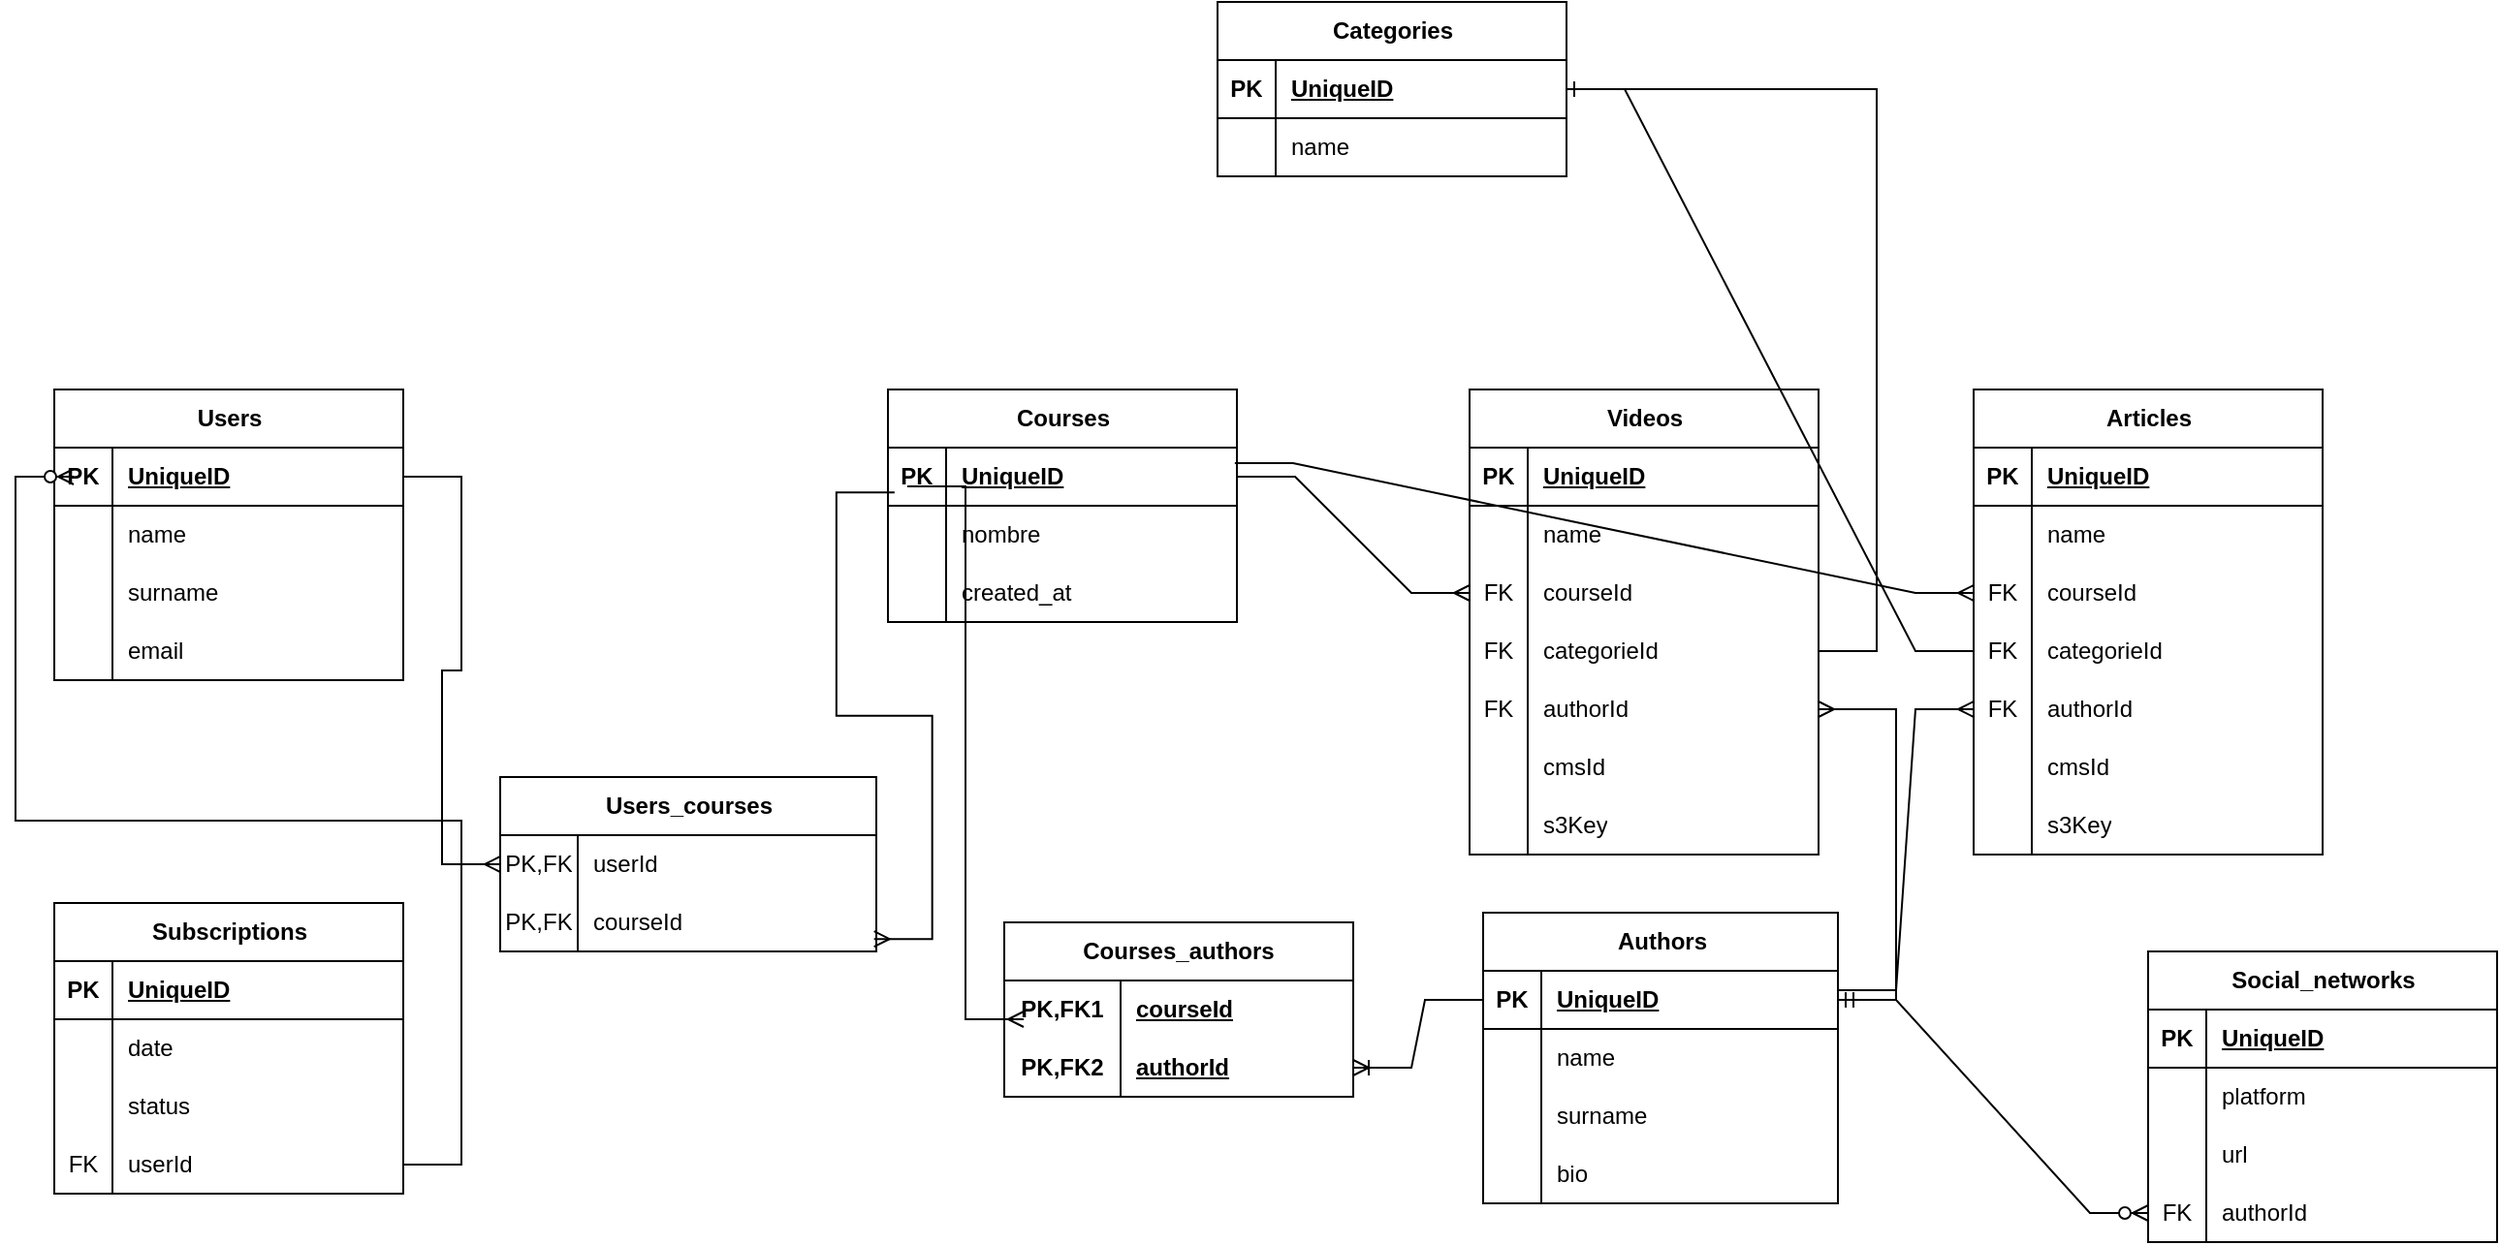
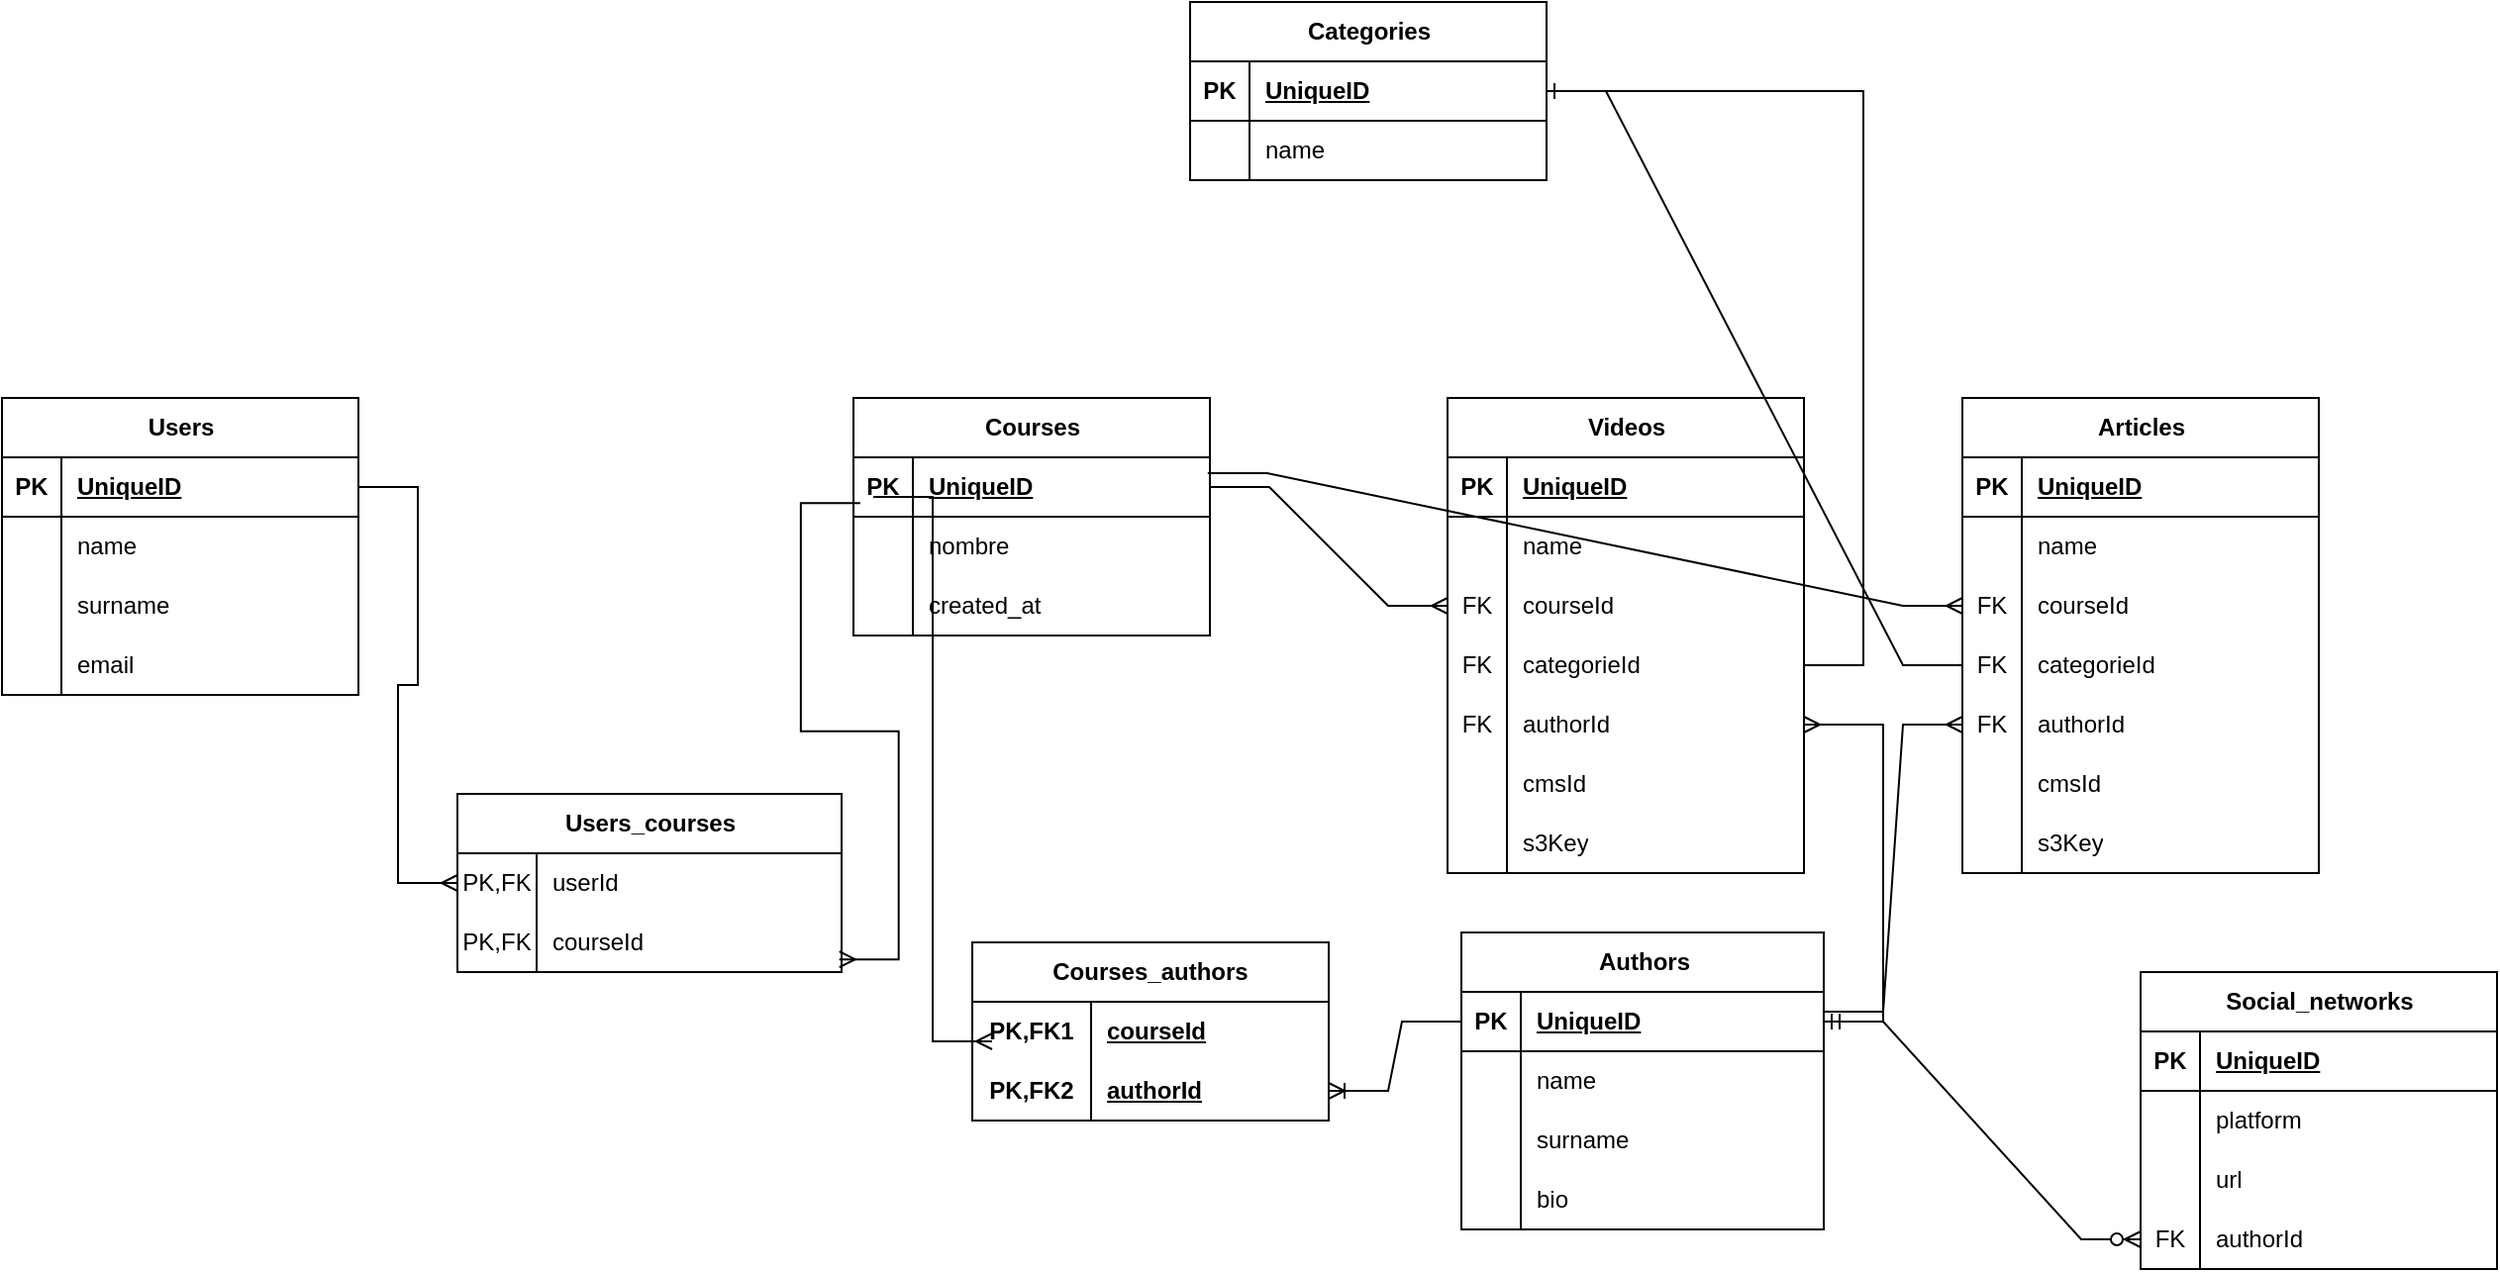
<mxfile host="app.diagrams.net">
  <diagram name="Página-1" id="7f4Vy_onTXZbN3c3XNuu">
    <mxGraphModel grid="1" page="1" gridSize="10" guides="1" tooltips="1" connect="1" arrows="1" fold="1" pageScale="1" pageWidth="827" pageHeight="1169" math="0" shadow="0">
      <root>
        <mxCell id="0" />
        <mxCell id="1" parent="0" />
        <mxCell id="U5Qt--WTNPpsnNetS38m-35" parent="1" style="shape=table;startSize=30;container=1;collapsible=1;childLayout=tableLayout;fixedRows=1;rowLines=0;fontStyle=1;align=center;resizeLast=1;html=1;" value="Users" vertex="1">
          <mxGeometry height="150" width="180" x="240" y="540" as="geometry" />
        </mxCell>
        <mxCell id="U5Qt--WTNPpsnNetS38m-36" parent="U5Qt--WTNPpsnNetS38m-35" style="shape=tableRow;horizontal=0;startSize=0;swimlaneHead=0;swimlaneBody=0;fillColor=none;collapsible=0;dropTarget=0;points=[[0,0.5],[1,0.5]];portConstraint=eastwest;top=0;left=0;right=0;bottom=1;" value="" vertex="1">
          <mxGeometry height="30" width="180" y="30" as="geometry" />
        </mxCell>
        <mxCell id="U5Qt--WTNPpsnNetS38m-37" parent="U5Qt--WTNPpsnNetS38m-36" style="shape=partialRectangle;connectable=0;fillColor=none;top=0;left=0;bottom=0;right=0;fontStyle=1;overflow=hidden;whiteSpace=wrap;html=1;" value="PK" vertex="1">
          <mxGeometry height="30" width="30" as="geometry">
            <mxRectangle height="30" width="30" as="alternateBounds" />
          </mxGeometry>
        </mxCell>
        <mxCell id="U5Qt--WTNPpsnNetS38m-38" parent="U5Qt--WTNPpsnNetS38m-36" style="shape=partialRectangle;connectable=0;fillColor=none;top=0;left=0;bottom=0;right=0;align=left;spacingLeft=6;fontStyle=5;overflow=hidden;whiteSpace=wrap;html=1;" value="UniqueID" vertex="1">
          <mxGeometry height="30" width="150" x="30" as="geometry">
            <mxRectangle height="30" width="150" as="alternateBounds" />
          </mxGeometry>
        </mxCell>
        <mxCell id="U5Qt--WTNPpsnNetS38m-39" parent="U5Qt--WTNPpsnNetS38m-35" style="shape=tableRow;horizontal=0;startSize=0;swimlaneHead=0;swimlaneBody=0;fillColor=none;collapsible=0;dropTarget=0;points=[[0,0.5],[1,0.5]];portConstraint=eastwest;top=0;left=0;right=0;bottom=0;" value="" vertex="1">
          <mxGeometry height="30" width="180" y="60" as="geometry" />
        </mxCell>
        <mxCell id="U5Qt--WTNPpsnNetS38m-40" parent="U5Qt--WTNPpsnNetS38m-39" style="shape=partialRectangle;connectable=0;fillColor=none;top=0;left=0;bottom=0;right=0;editable=1;overflow=hidden;whiteSpace=wrap;html=1;" value="" vertex="1">
          <mxGeometry height="30" width="30" as="geometry">
            <mxRectangle height="30" width="30" as="alternateBounds" />
          </mxGeometry>
        </mxCell>
        <mxCell id="U5Qt--WTNPpsnNetS38m-41" parent="U5Qt--WTNPpsnNetS38m-39" style="shape=partialRectangle;connectable=0;fillColor=none;top=0;left=0;bottom=0;right=0;align=left;spacingLeft=6;overflow=hidden;whiteSpace=wrap;html=1;" value="name" vertex="1">
          <mxGeometry height="30" width="150" x="30" as="geometry">
            <mxRectangle height="30" width="150" as="alternateBounds" />
          </mxGeometry>
        </mxCell>
        <mxCell id="U5Qt--WTNPpsnNetS38m-42" parent="U5Qt--WTNPpsnNetS38m-35" style="shape=tableRow;horizontal=0;startSize=0;swimlaneHead=0;swimlaneBody=0;fillColor=none;collapsible=0;dropTarget=0;points=[[0,0.5],[1,0.5]];portConstraint=eastwest;top=0;left=0;right=0;bottom=0;" value="" vertex="1">
          <mxGeometry height="30" width="180" y="90" as="geometry" />
        </mxCell>
        <mxCell id="U5Qt--WTNPpsnNetS38m-43" parent="U5Qt--WTNPpsnNetS38m-42" style="shape=partialRectangle;connectable=0;fillColor=none;top=0;left=0;bottom=0;right=0;editable=1;overflow=hidden;whiteSpace=wrap;html=1;" value="" vertex="1">
          <mxGeometry height="30" width="30" as="geometry">
            <mxRectangle height="30" width="30" as="alternateBounds" />
          </mxGeometry>
        </mxCell>
        <mxCell id="U5Qt--WTNPpsnNetS38m-44" parent="U5Qt--WTNPpsnNetS38m-42" style="shape=partialRectangle;connectable=0;fillColor=none;top=0;left=0;bottom=0;right=0;align=left;spacingLeft=6;overflow=hidden;whiteSpace=wrap;html=1;" value="surname" vertex="1">
          <mxGeometry height="30" width="150" x="30" as="geometry">
            <mxRectangle height="30" width="150" as="alternateBounds" />
          </mxGeometry>
        </mxCell>
        <mxCell id="U5Qt--WTNPpsnNetS38m-45" parent="U5Qt--WTNPpsnNetS38m-35" style="shape=tableRow;horizontal=0;startSize=0;swimlaneHead=0;swimlaneBody=0;fillColor=none;collapsible=0;dropTarget=0;points=[[0,0.5],[1,0.5]];portConstraint=eastwest;top=0;left=0;right=0;bottom=0;" value="" vertex="1">
          <mxGeometry height="30" width="180" y="120" as="geometry" />
        </mxCell>
        <mxCell id="U5Qt--WTNPpsnNetS38m-46" parent="U5Qt--WTNPpsnNetS38m-45" style="shape=partialRectangle;connectable=0;fillColor=none;top=0;left=0;bottom=0;right=0;editable=1;overflow=hidden;whiteSpace=wrap;html=1;" value="" vertex="1">
          <mxGeometry height="30" width="30" as="geometry">
            <mxRectangle height="30" width="30" as="alternateBounds" />
          </mxGeometry>
        </mxCell>
        <mxCell id="U5Qt--WTNPpsnNetS38m-47" parent="U5Qt--WTNPpsnNetS38m-45" style="shape=partialRectangle;connectable=0;fillColor=none;top=0;left=0;bottom=0;right=0;align=left;spacingLeft=6;overflow=hidden;whiteSpace=wrap;html=1;" value="email" vertex="1">
          <mxGeometry height="30" width="150" x="30" as="geometry">
            <mxRectangle height="30" width="150" as="alternateBounds" />
          </mxGeometry>
        </mxCell>
        <mxCell id="U5Qt--WTNPpsnNetS38m-51" parent="1" style="shape=table;startSize=30;container=1;collapsible=1;childLayout=tableLayout;fixedRows=1;rowLines=0;fontStyle=1;align=center;resizeLast=1;html=1;" value="Courses" vertex="1">
          <mxGeometry height="120" width="180" x="670" y="540" as="geometry" />
        </mxCell>
        <mxCell id="U5Qt--WTNPpsnNetS38m-52" parent="U5Qt--WTNPpsnNetS38m-51" style="shape=tableRow;horizontal=0;startSize=0;swimlaneHead=0;swimlaneBody=0;fillColor=none;collapsible=0;dropTarget=0;points=[[0,0.5],[1,0.5]];portConstraint=eastwest;top=0;left=0;right=0;bottom=1;" value="" vertex="1">
          <mxGeometry height="30" width="180" y="30" as="geometry" />
        </mxCell>
        <mxCell id="U5Qt--WTNPpsnNetS38m-53" parent="U5Qt--WTNPpsnNetS38m-52" style="shape=partialRectangle;connectable=0;fillColor=none;top=0;left=0;bottom=0;right=0;fontStyle=1;overflow=hidden;whiteSpace=wrap;html=1;" value="PK" vertex="1">
          <mxGeometry height="30" width="30" as="geometry">
            <mxRectangle height="30" width="30" as="alternateBounds" />
          </mxGeometry>
        </mxCell>
        <mxCell id="U5Qt--WTNPpsnNetS38m-54" parent="U5Qt--WTNPpsnNetS38m-52" style="shape=partialRectangle;connectable=0;fillColor=none;top=0;left=0;bottom=0;right=0;align=left;spacingLeft=6;fontStyle=5;overflow=hidden;whiteSpace=wrap;html=1;" value="UniqueID" vertex="1">
          <mxGeometry height="30" width="150" x="30" as="geometry">
            <mxRectangle height="30" width="150" as="alternateBounds" />
          </mxGeometry>
        </mxCell>
        <mxCell id="U5Qt--WTNPpsnNetS38m-55" parent="U5Qt--WTNPpsnNetS38m-51" style="shape=tableRow;horizontal=0;startSize=0;swimlaneHead=0;swimlaneBody=0;fillColor=none;collapsible=0;dropTarget=0;points=[[0,0.5],[1,0.5]];portConstraint=eastwest;top=0;left=0;right=0;bottom=0;" value="" vertex="1">
          <mxGeometry height="30" width="180" y="60" as="geometry" />
        </mxCell>
        <mxCell id="U5Qt--WTNPpsnNetS38m-56" parent="U5Qt--WTNPpsnNetS38m-55" style="shape=partialRectangle;connectable=0;fillColor=none;top=0;left=0;bottom=0;right=0;editable=1;overflow=hidden;whiteSpace=wrap;html=1;" value="" vertex="1">
          <mxGeometry height="30" width="30" as="geometry">
            <mxRectangle height="30" width="30" as="alternateBounds" />
          </mxGeometry>
        </mxCell>
        <mxCell id="U5Qt--WTNPpsnNetS38m-57" parent="U5Qt--WTNPpsnNetS38m-55" style="shape=partialRectangle;connectable=0;fillColor=none;top=0;left=0;bottom=0;right=0;align=left;spacingLeft=6;overflow=hidden;whiteSpace=wrap;html=1;" value="nombre" vertex="1">
          <mxGeometry height="30" width="150" x="30" as="geometry">
            <mxRectangle height="30" width="150" as="alternateBounds" />
          </mxGeometry>
        </mxCell>
        <mxCell id="b2AGbYDjG4YF9pKWFQPY-1" parent="U5Qt--WTNPpsnNetS38m-51" style="shape=tableRow;horizontal=0;startSize=0;swimlaneHead=0;swimlaneBody=0;fillColor=none;collapsible=0;dropTarget=0;points=[[0,0.5],[1,0.5]];portConstraint=eastwest;top=0;left=0;right=0;bottom=0;" value="" vertex="1">
          <mxGeometry height="30" width="180" y="90" as="geometry" />
        </mxCell>
        <mxCell id="b2AGbYDjG4YF9pKWFQPY-2" parent="b2AGbYDjG4YF9pKWFQPY-1" style="shape=partialRectangle;connectable=0;fillColor=none;top=0;left=0;bottom=0;right=0;editable=1;overflow=hidden;whiteSpace=wrap;html=1;" value="" vertex="1">
          <mxGeometry height="30" width="30" as="geometry">
            <mxRectangle height="30" width="30" as="alternateBounds" />
          </mxGeometry>
        </mxCell>
        <mxCell id="b2AGbYDjG4YF9pKWFQPY-3" parent="b2AGbYDjG4YF9pKWFQPY-1" style="shape=partialRectangle;connectable=0;fillColor=none;top=0;left=0;bottom=0;right=0;align=left;spacingLeft=6;overflow=hidden;whiteSpace=wrap;html=1;" value="created_at" vertex="1">
          <mxGeometry height="30" width="150" x="30" as="geometry">
            <mxRectangle height="30" width="150" as="alternateBounds" />
          </mxGeometry>
        </mxCell>
        <mxCell id="U5Qt--WTNPpsnNetS38m-64" parent="1" style="shape=table;startSize=30;container=1;collapsible=1;childLayout=tableLayout;fixedRows=1;rowLines=0;fontStyle=1;align=center;resizeLast=1;html=1;" value="Users_courses" vertex="1">
          <mxGeometry height="90" width="194" x="470" y="740" as="geometry" />
        </mxCell>
        <mxCell id="U5Qt--WTNPpsnNetS38m-65" parent="U5Qt--WTNPpsnNetS38m-64" style="shape=tableRow;horizontal=0;startSize=0;swimlaneHead=0;swimlaneBody=0;fillColor=none;collapsible=0;dropTarget=0;points=[[0,0.5],[1,0.5]];portConstraint=eastwest;top=0;left=0;right=0;bottom=0;" value="" vertex="1">
          <mxGeometry height="30" width="194" y="30" as="geometry" />
        </mxCell>
        <mxCell id="U5Qt--WTNPpsnNetS38m-66" parent="U5Qt--WTNPpsnNetS38m-65" style="shape=partialRectangle;connectable=0;fillColor=none;top=0;left=0;bottom=0;right=0;editable=1;overflow=hidden;whiteSpace=wrap;html=1;" value="PK,FK" vertex="1">
          <mxGeometry height="30" width="40" as="geometry">
            <mxRectangle height="30" width="40" as="alternateBounds" />
          </mxGeometry>
        </mxCell>
        <mxCell id="U5Qt--WTNPpsnNetS38m-67" parent="U5Qt--WTNPpsnNetS38m-65" style="shape=partialRectangle;connectable=0;fillColor=none;top=0;left=0;bottom=0;right=0;align=left;spacingLeft=6;overflow=hidden;whiteSpace=wrap;html=1;" value="userId" vertex="1">
          <mxGeometry height="30" width="154" x="40" as="geometry">
            <mxRectangle height="30" width="154" as="alternateBounds" />
          </mxGeometry>
        </mxCell>
        <mxCell id="U5Qt--WTNPpsnNetS38m-68" parent="U5Qt--WTNPpsnNetS38m-64" style="shape=tableRow;horizontal=0;startSize=0;swimlaneHead=0;swimlaneBody=0;fillColor=none;collapsible=0;dropTarget=0;points=[[0,0.5],[1,0.5]];portConstraint=eastwest;top=0;left=0;right=0;bottom=0;" value="" vertex="1">
          <mxGeometry height="30" width="194" y="60" as="geometry" />
        </mxCell>
        <mxCell id="U5Qt--WTNPpsnNetS38m-69" parent="U5Qt--WTNPpsnNetS38m-68" style="shape=partialRectangle;connectable=0;fillColor=none;top=0;left=0;bottom=0;right=0;editable=1;overflow=hidden;whiteSpace=wrap;html=1;" value="PK,FK" vertex="1">
          <mxGeometry height="30" width="40" as="geometry">
            <mxRectangle height="30" width="40" as="alternateBounds" />
          </mxGeometry>
        </mxCell>
        <mxCell id="U5Qt--WTNPpsnNetS38m-70" parent="U5Qt--WTNPpsnNetS38m-68" style="shape=partialRectangle;connectable=0;fillColor=none;top=0;left=0;bottom=0;right=0;align=left;spacingLeft=6;overflow=hidden;whiteSpace=wrap;html=1;" value="courseId" vertex="1">
          <mxGeometry height="30" width="154" x="40" as="geometry">
            <mxRectangle height="30" width="154" as="alternateBounds" />
          </mxGeometry>
        </mxCell>
-         <mxCell id="U5Qt--WTNPpsnNetS38m-77" parent="1" style="shape=table;startSize=30;container=1;collapsible=1;childLayout=tableLayout;fixedRows=1;rowLines=0;fontStyle=1;align=center;resizeLast=1;html=1;" value="Subscriptions" vertex="1">
-           <mxGeometry height="150" width="180" x="240" y="805" as="geometry" />
-         </mxCell>
-         <mxCell id="U5Qt--WTNPpsnNetS38m-78" parent="U5Qt--WTNPpsnNetS38m-77" style="shape=tableRow;horizontal=0;startSize=0;swimlaneHead=0;swimlaneBody=0;fillColor=none;collapsible=0;dropTarget=0;points=[[0,0.5],[1,0.5]];portConstraint=eastwest;top=0;left=0;right=0;bottom=1;" value="" vertex="1">
-           <mxGeometry height="30" width="180" y="30" as="geometry" />
-         </mxCell>
-         <mxCell id="U5Qt--WTNPpsnNetS38m-79" parent="U5Qt--WTNPpsnNetS38m-78" style="shape=partialRectangle;connectable=0;fillColor=none;top=0;left=0;bottom=0;right=0;fontStyle=1;overflow=hidden;whiteSpace=wrap;html=1;" value="PK" vertex="1">
-           <mxGeometry height="30" width="30" as="geometry">
-             <mxRectangle height="30" width="30" as="alternateBounds" />
-           </mxGeometry>
-         </mxCell>
-         <mxCell id="U5Qt--WTNPpsnNetS38m-80" parent="U5Qt--WTNPpsnNetS38m-78" style="shape=partialRectangle;connectable=0;fillColor=none;top=0;left=0;bottom=0;right=0;align=left;spacingLeft=6;fontStyle=5;overflow=hidden;whiteSpace=wrap;html=1;" value="UniqueID" vertex="1">
-           <mxGeometry height="30" width="150" x="30" as="geometry">
-             <mxRectangle height="30" width="150" as="alternateBounds" />
-           </mxGeometry>
-         </mxCell>
-         <mxCell id="U5Qt--WTNPpsnNetS38m-81" parent="U5Qt--WTNPpsnNetS38m-77" style="shape=tableRow;horizontal=0;startSize=0;swimlaneHead=0;swimlaneBody=0;fillColor=none;collapsible=0;dropTarget=0;points=[[0,0.5],[1,0.5]];portConstraint=eastwest;top=0;left=0;right=0;bottom=0;" value="" vertex="1">
-           <mxGeometry height="30" width="180" y="60" as="geometry" />
-         </mxCell>
-         <mxCell id="U5Qt--WTNPpsnNetS38m-82" parent="U5Qt--WTNPpsnNetS38m-81" style="shape=partialRectangle;connectable=0;fillColor=none;top=0;left=0;bottom=0;right=0;editable=1;overflow=hidden;whiteSpace=wrap;html=1;" value="" vertex="1">
-           <mxGeometry height="30" width="30" as="geometry">
-             <mxRectangle height="30" width="30" as="alternateBounds" />
-           </mxGeometry>
-         </mxCell>
-         <mxCell id="U5Qt--WTNPpsnNetS38m-83" parent="U5Qt--WTNPpsnNetS38m-81" style="shape=partialRectangle;connectable=0;fillColor=none;top=0;left=0;bottom=0;right=0;align=left;spacingLeft=6;overflow=hidden;whiteSpace=wrap;html=1;" value="date" vertex="1">
-           <mxGeometry height="30" width="150" x="30" as="geometry">
-             <mxRectangle height="30" width="150" as="alternateBounds" />
-           </mxGeometry>
-         </mxCell>
-         <mxCell id="U5Qt--WTNPpsnNetS38m-84" parent="U5Qt--WTNPpsnNetS38m-77" style="shape=tableRow;horizontal=0;startSize=0;swimlaneHead=0;swimlaneBody=0;fillColor=none;collapsible=0;dropTarget=0;points=[[0,0.5],[1,0.5]];portConstraint=eastwest;top=0;left=0;right=0;bottom=0;" value="" vertex="1">
-           <mxGeometry height="30" width="180" y="90" as="geometry" />
-         </mxCell>
-         <mxCell id="U5Qt--WTNPpsnNetS38m-85" parent="U5Qt--WTNPpsnNetS38m-84" style="shape=partialRectangle;connectable=0;fillColor=none;top=0;left=0;bottom=0;right=0;editable=1;overflow=hidden;whiteSpace=wrap;html=1;" value="" vertex="1">
-           <mxGeometry height="30" width="30" as="geometry">
-             <mxRectangle height="30" width="30" as="alternateBounds" />
-           </mxGeometry>
-         </mxCell>
-         <mxCell id="U5Qt--WTNPpsnNetS38m-86" parent="U5Qt--WTNPpsnNetS38m-84" style="shape=partialRectangle;connectable=0;fillColor=none;top=0;left=0;bottom=0;right=0;align=left;spacingLeft=6;overflow=hidden;whiteSpace=wrap;html=1;" value="status" vertex="1">
-           <mxGeometry height="30" width="150" x="30" as="geometry">
-             <mxRectangle height="30" width="150" as="alternateBounds" />
-           </mxGeometry>
-         </mxCell>
-         <mxCell id="U5Qt--WTNPpsnNetS38m-87" parent="U5Qt--WTNPpsnNetS38m-77" style="shape=tableRow;horizontal=0;startSize=0;swimlaneHead=0;swimlaneBody=0;fillColor=none;collapsible=0;dropTarget=0;points=[[0,0.5],[1,0.5]];portConstraint=eastwest;top=0;left=0;right=0;bottom=0;" value="" vertex="1">
-           <mxGeometry height="30" width="180" y="120" as="geometry" />
-         </mxCell>
-         <mxCell id="U5Qt--WTNPpsnNetS38m-88" parent="U5Qt--WTNPpsnNetS38m-87" style="shape=partialRectangle;connectable=0;fillColor=none;top=0;left=0;bottom=0;right=0;editable=1;overflow=hidden;whiteSpace=wrap;html=1;" value="FK" vertex="1">
-           <mxGeometry height="30" width="30" as="geometry">
-             <mxRectangle height="30" width="30" as="alternateBounds" />
-           </mxGeometry>
-         </mxCell>
-         <mxCell id="U5Qt--WTNPpsnNetS38m-89" parent="U5Qt--WTNPpsnNetS38m-87" style="shape=partialRectangle;connectable=0;fillColor=none;top=0;left=0;bottom=0;right=0;align=left;spacingLeft=6;overflow=hidden;whiteSpace=wrap;html=1;" value="userId" vertex="1">
-           <mxGeometry height="30" width="150" x="30" as="geometry">
-             <mxRectangle height="30" width="150" as="alternateBounds" />
-           </mxGeometry>
-         </mxCell>
-         <mxCell id="U5Qt--WTNPpsnNetS38m-93" edge="1" parent="1" source="U5Qt--WTNPpsnNetS38m-87" style="edgeStyle=entityRelationEdgeStyle;fontSize=12;html=1;endArrow=ERzeroToMany;endFill=1;rounded=0;" value="">
-           <mxGeometry height="100" relative="1" width="100" as="geometry">
-             <mxPoint x="250" y="950" as="sourcePoint" />
-             <mxPoint x="250" y="585" as="targetPoint" />
-           </mxGeometry>
-         </mxCell>
        <mxCell id="U5Qt--WTNPpsnNetS38m-94" edge="1" parent="1" source="U5Qt--WTNPpsnNetS38m-36" style="edgeStyle=entityRelationEdgeStyle;fontSize=12;html=1;endArrow=ERmany;rounded=0;" target="U5Qt--WTNPpsnNetS38m-65" value="">
          <mxGeometry height="100" relative="1" width="100" as="geometry">
            <mxPoint x="450" y="820" as="sourcePoint" />
            <mxPoint x="550" y="720" as="targetPoint" />
          </mxGeometry>
        </mxCell>
        <mxCell id="U5Qt--WTNPpsnNetS38m-95" edge="1" parent="1" source="U5Qt--WTNPpsnNetS38m-52" style="edgeStyle=entityRelationEdgeStyle;fontSize=12;html=1;endArrow=ERmany;rounded=0;exitX=0.019;exitY=0.771;exitDx=0;exitDy=0;exitPerimeter=0;entryX=0.994;entryY=0.787;entryDx=0;entryDy=0;entryPerimeter=0;" target="U5Qt--WTNPpsnNetS38m-68" value="">
          <mxGeometry height="100" relative="1" width="100" as="geometry">
            <mxPoint x="700" y="760" as="sourcePoint" />
            <mxPoint x="800" y="660" as="targetPoint" />
          </mxGeometry>
        </mxCell>
        <mxCell id="U5Qt--WTNPpsnNetS38m-96" parent="1" style="shape=table;startSize=30;container=1;collapsible=1;childLayout=tableLayout;fixedRows=1;rowLines=0;fontStyle=1;align=center;resizeLast=1;html=1;" value="Categories" vertex="1">
          <mxGeometry height="90" width="180" x="840" y="340" as="geometry" />
        </mxCell>
        <mxCell id="U5Qt--WTNPpsnNetS38m-97" parent="U5Qt--WTNPpsnNetS38m-96" style="shape=tableRow;horizontal=0;startSize=0;swimlaneHead=0;swimlaneBody=0;fillColor=none;collapsible=0;dropTarget=0;points=[[0,0.5],[1,0.5]];portConstraint=eastwest;top=0;left=0;right=0;bottom=1;" value="" vertex="1">
          <mxGeometry height="30" width="180" y="30" as="geometry" />
        </mxCell>
        <mxCell id="U5Qt--WTNPpsnNetS38m-98" parent="U5Qt--WTNPpsnNetS38m-97" style="shape=partialRectangle;connectable=0;fillColor=none;top=0;left=0;bottom=0;right=0;fontStyle=1;overflow=hidden;whiteSpace=wrap;html=1;" value="PK" vertex="1">
          <mxGeometry height="30" width="30" as="geometry">
            <mxRectangle height="30" width="30" as="alternateBounds" />
          </mxGeometry>
        </mxCell>
        <mxCell id="U5Qt--WTNPpsnNetS38m-99" parent="U5Qt--WTNPpsnNetS38m-97" style="shape=partialRectangle;connectable=0;fillColor=none;top=0;left=0;bottom=0;right=0;align=left;spacingLeft=6;fontStyle=5;overflow=hidden;whiteSpace=wrap;html=1;" value="UniqueID" vertex="1">
          <mxGeometry height="30" width="150" x="30" as="geometry">
            <mxRectangle height="30" width="150" as="alternateBounds" />
          </mxGeometry>
        </mxCell>
        <mxCell id="U5Qt--WTNPpsnNetS38m-100" parent="U5Qt--WTNPpsnNetS38m-96" style="shape=tableRow;horizontal=0;startSize=0;swimlaneHead=0;swimlaneBody=0;fillColor=none;collapsible=0;dropTarget=0;points=[[0,0.5],[1,0.5]];portConstraint=eastwest;top=0;left=0;right=0;bottom=0;" value="" vertex="1">
          <mxGeometry height="30" width="180" y="60" as="geometry" />
        </mxCell>
        <mxCell id="U5Qt--WTNPpsnNetS38m-101" parent="U5Qt--WTNPpsnNetS38m-100" style="shape=partialRectangle;connectable=0;fillColor=none;top=0;left=0;bottom=0;right=0;editable=1;overflow=hidden;whiteSpace=wrap;html=1;" value="" vertex="1">
          <mxGeometry height="30" width="30" as="geometry">
            <mxRectangle height="30" width="30" as="alternateBounds" />
          </mxGeometry>
        </mxCell>
        <mxCell id="U5Qt--WTNPpsnNetS38m-102" parent="U5Qt--WTNPpsnNetS38m-100" style="shape=partialRectangle;connectable=0;fillColor=none;top=0;left=0;bottom=0;right=0;align=left;spacingLeft=6;overflow=hidden;whiteSpace=wrap;html=1;" value="name" vertex="1">
          <mxGeometry height="30" width="150" x="30" as="geometry">
            <mxRectangle height="30" width="150" as="alternateBounds" />
          </mxGeometry>
        </mxCell>
        <mxCell id="U5Qt--WTNPpsnNetS38m-109" parent="1" style="shape=table;startSize=30;container=1;collapsible=1;childLayout=tableLayout;fixedRows=1;rowLines=0;fontStyle=1;align=center;resizeLast=1;html=1;" value="Videos" vertex="1">
          <mxGeometry height="240" width="180" x="970" y="540" as="geometry" />
        </mxCell>
        <mxCell id="U5Qt--WTNPpsnNetS38m-110" parent="U5Qt--WTNPpsnNetS38m-109" style="shape=tableRow;horizontal=0;startSize=0;swimlaneHead=0;swimlaneBody=0;fillColor=none;collapsible=0;dropTarget=0;points=[[0,0.5],[1,0.5]];portConstraint=eastwest;top=0;left=0;right=0;bottom=1;" value="" vertex="1">
          <mxGeometry height="30" width="180" y="30" as="geometry" />
        </mxCell>
        <mxCell id="U5Qt--WTNPpsnNetS38m-111" parent="U5Qt--WTNPpsnNetS38m-110" style="shape=partialRectangle;connectable=0;fillColor=none;top=0;left=0;bottom=0;right=0;fontStyle=1;overflow=hidden;whiteSpace=wrap;html=1;" value="PK" vertex="1">
          <mxGeometry height="30" width="30" as="geometry">
            <mxRectangle height="30" width="30" as="alternateBounds" />
          </mxGeometry>
        </mxCell>
        <mxCell id="U5Qt--WTNPpsnNetS38m-112" parent="U5Qt--WTNPpsnNetS38m-110" style="shape=partialRectangle;connectable=0;fillColor=none;top=0;left=0;bottom=0;right=0;align=left;spacingLeft=6;fontStyle=5;overflow=hidden;whiteSpace=wrap;html=1;" value="UniqueID" vertex="1">
          <mxGeometry height="30" width="150" x="30" as="geometry">
            <mxRectangle height="30" width="150" as="alternateBounds" />
          </mxGeometry>
        </mxCell>
        <mxCell id="U5Qt--WTNPpsnNetS38m-113" parent="U5Qt--WTNPpsnNetS38m-109" style="shape=tableRow;horizontal=0;startSize=0;swimlaneHead=0;swimlaneBody=0;fillColor=none;collapsible=0;dropTarget=0;points=[[0,0.5],[1,0.5]];portConstraint=eastwest;top=0;left=0;right=0;bottom=0;" value="" vertex="1">
          <mxGeometry height="30" width="180" y="60" as="geometry" />
        </mxCell>
        <mxCell id="U5Qt--WTNPpsnNetS38m-114" parent="U5Qt--WTNPpsnNetS38m-113" style="shape=partialRectangle;connectable=0;fillColor=none;top=0;left=0;bottom=0;right=0;editable=1;overflow=hidden;whiteSpace=wrap;html=1;" value="" vertex="1">
          <mxGeometry height="30" width="30" as="geometry">
            <mxRectangle height="30" width="30" as="alternateBounds" />
          </mxGeometry>
        </mxCell>
        <mxCell id="U5Qt--WTNPpsnNetS38m-115" parent="U5Qt--WTNPpsnNetS38m-113" style="shape=partialRectangle;connectable=0;fillColor=none;top=0;left=0;bottom=0;right=0;align=left;spacingLeft=6;overflow=hidden;whiteSpace=wrap;html=1;" value="name" vertex="1">
          <mxGeometry height="30" width="150" x="30" as="geometry">
            <mxRectangle height="30" width="150" as="alternateBounds" />
          </mxGeometry>
        </mxCell>
        <mxCell id="U5Qt--WTNPpsnNetS38m-119" parent="U5Qt--WTNPpsnNetS38m-109" style="shape=tableRow;horizontal=0;startSize=0;swimlaneHead=0;swimlaneBody=0;fillColor=none;collapsible=0;dropTarget=0;points=[[0,0.5],[1,0.5]];portConstraint=eastwest;top=0;left=0;right=0;bottom=0;" value="" vertex="1">
          <mxGeometry height="30" width="180" y="90" as="geometry" />
        </mxCell>
        <mxCell id="U5Qt--WTNPpsnNetS38m-120" parent="U5Qt--WTNPpsnNetS38m-119" style="shape=partialRectangle;connectable=0;fillColor=none;top=0;left=0;bottom=0;right=0;editable=1;overflow=hidden;whiteSpace=wrap;html=1;" value="FK" vertex="1">
          <mxGeometry height="30" width="30" as="geometry">
            <mxRectangle height="30" width="30" as="alternateBounds" />
          </mxGeometry>
        </mxCell>
        <mxCell id="U5Qt--WTNPpsnNetS38m-121" parent="U5Qt--WTNPpsnNetS38m-119" style="shape=partialRectangle;connectable=0;fillColor=none;top=0;left=0;bottom=0;right=0;align=left;spacingLeft=6;overflow=hidden;whiteSpace=wrap;html=1;" value="courseId" vertex="1">
          <mxGeometry height="30" width="150" x="30" as="geometry">
            <mxRectangle height="30" width="150" as="alternateBounds" />
          </mxGeometry>
        </mxCell>
        <mxCell id="U5Qt--WTNPpsnNetS38m-122" parent="U5Qt--WTNPpsnNetS38m-109" style="shape=tableRow;horizontal=0;startSize=0;swimlaneHead=0;swimlaneBody=0;fillColor=none;collapsible=0;dropTarget=0;points=[[0,0.5],[1,0.5]];portConstraint=eastwest;top=0;left=0;right=0;bottom=0;" value="" vertex="1">
          <mxGeometry height="30" width="180" y="120" as="geometry" />
        </mxCell>
        <mxCell id="U5Qt--WTNPpsnNetS38m-123" parent="U5Qt--WTNPpsnNetS38m-122" style="shape=partialRectangle;connectable=0;fillColor=none;top=0;left=0;bottom=0;right=0;editable=1;overflow=hidden;whiteSpace=wrap;html=1;" value="FK" vertex="1">
          <mxGeometry height="30" width="30" as="geometry">
            <mxRectangle height="30" width="30" as="alternateBounds" />
          </mxGeometry>
        </mxCell>
        <mxCell id="U5Qt--WTNPpsnNetS38m-124" parent="U5Qt--WTNPpsnNetS38m-122" style="shape=partialRectangle;connectable=0;fillColor=none;top=0;left=0;bottom=0;right=0;align=left;spacingLeft=6;overflow=hidden;whiteSpace=wrap;html=1;" value="categorieId" vertex="1">
          <mxGeometry height="30" width="150" x="30" as="geometry">
            <mxRectangle height="30" width="150" as="alternateBounds" />
          </mxGeometry>
        </mxCell>
        <mxCell id="U5Qt--WTNPpsnNetS38m-125" parent="U5Qt--WTNPpsnNetS38m-109" style="shape=tableRow;horizontal=0;startSize=0;swimlaneHead=0;swimlaneBody=0;fillColor=none;collapsible=0;dropTarget=0;points=[[0,0.5],[1,0.5]];portConstraint=eastwest;top=0;left=0;right=0;bottom=0;" value="" vertex="1">
          <mxGeometry height="30" width="180" y="150" as="geometry" />
        </mxCell>
        <mxCell id="U5Qt--WTNPpsnNetS38m-126" parent="U5Qt--WTNPpsnNetS38m-125" style="shape=partialRectangle;connectable=0;fillColor=none;top=0;left=0;bottom=0;right=0;editable=1;overflow=hidden;whiteSpace=wrap;html=1;" value="FK" vertex="1">
          <mxGeometry height="30" width="30" as="geometry">
            <mxRectangle height="30" width="30" as="alternateBounds" />
          </mxGeometry>
        </mxCell>
        <mxCell id="U5Qt--WTNPpsnNetS38m-127" parent="U5Qt--WTNPpsnNetS38m-125" style="shape=partialRectangle;connectable=0;fillColor=none;top=0;left=0;bottom=0;right=0;align=left;spacingLeft=6;overflow=hidden;whiteSpace=wrap;html=1;" value="authorId" vertex="1">
          <mxGeometry height="30" width="150" x="30" as="geometry">
            <mxRectangle height="30" width="150" as="alternateBounds" />
          </mxGeometry>
        </mxCell>
        <mxCell id="U5Qt--WTNPpsnNetS38m-128" parent="U5Qt--WTNPpsnNetS38m-109" style="shape=tableRow;horizontal=0;startSize=0;swimlaneHead=0;swimlaneBody=0;fillColor=none;collapsible=0;dropTarget=0;points=[[0,0.5],[1,0.5]];portConstraint=eastwest;top=0;left=0;right=0;bottom=0;" value="" vertex="1">
          <mxGeometry height="30" width="180" y="180" as="geometry" />
        </mxCell>
        <mxCell id="U5Qt--WTNPpsnNetS38m-129" parent="U5Qt--WTNPpsnNetS38m-128" style="shape=partialRectangle;connectable=0;fillColor=none;top=0;left=0;bottom=0;right=0;editable=1;overflow=hidden;whiteSpace=wrap;html=1;" value="" vertex="1">
          <mxGeometry height="30" width="30" as="geometry">
            <mxRectangle height="30" width="30" as="alternateBounds" />
          </mxGeometry>
        </mxCell>
        <mxCell id="U5Qt--WTNPpsnNetS38m-130" parent="U5Qt--WTNPpsnNetS38m-128" style="shape=partialRectangle;connectable=0;fillColor=none;top=0;left=0;bottom=0;right=0;align=left;spacingLeft=6;overflow=hidden;whiteSpace=wrap;html=1;" value="cmsId" vertex="1">
          <mxGeometry height="30" width="150" x="30" as="geometry">
            <mxRectangle height="30" width="150" as="alternateBounds" />
          </mxGeometry>
        </mxCell>
        <mxCell id="b2AGbYDjG4YF9pKWFQPY-7" parent="U5Qt--WTNPpsnNetS38m-109" style="shape=tableRow;horizontal=0;startSize=0;swimlaneHead=0;swimlaneBody=0;fillColor=none;collapsible=0;dropTarget=0;points=[[0,0.5],[1,0.5]];portConstraint=eastwest;top=0;left=0;right=0;bottom=0;" value="" vertex="1">
          <mxGeometry height="30" width="180" y="210" as="geometry" />
        </mxCell>
        <mxCell id="b2AGbYDjG4YF9pKWFQPY-8" parent="b2AGbYDjG4YF9pKWFQPY-7" style="shape=partialRectangle;connectable=0;fillColor=none;top=0;left=0;bottom=0;right=0;editable=1;overflow=hidden;whiteSpace=wrap;html=1;" value="" vertex="1">
          <mxGeometry height="30" width="30" as="geometry">
            <mxRectangle height="30" width="30" as="alternateBounds" />
          </mxGeometry>
        </mxCell>
        <mxCell id="b2AGbYDjG4YF9pKWFQPY-9" parent="b2AGbYDjG4YF9pKWFQPY-7" style="shape=partialRectangle;connectable=0;fillColor=none;top=0;left=0;bottom=0;right=0;align=left;spacingLeft=6;overflow=hidden;whiteSpace=wrap;html=1;" value="s3Key" vertex="1">
          <mxGeometry height="30" width="150" x="30" as="geometry">
            <mxRectangle height="30" width="150" as="alternateBounds" />
          </mxGeometry>
        </mxCell>
        <mxCell id="U5Qt--WTNPpsnNetS38m-131" edge="1" parent="1" source="U5Qt--WTNPpsnNetS38m-52" style="edgeStyle=entityRelationEdgeStyle;fontSize=12;html=1;endArrow=ERmany;rounded=0;entryX=0;entryY=0.5;entryDx=0;entryDy=0;" target="U5Qt--WTNPpsnNetS38m-119" value="">
          <mxGeometry height="100" relative="1" width="100" as="geometry">
            <mxPoint x="850" y="640" as="sourcePoint" />
            <mxPoint x="950" y="540" as="targetPoint" />
          </mxGeometry>
        </mxCell>
        <mxCell id="U5Qt--WTNPpsnNetS38m-132" parent="1" style="shape=table;startSize=30;container=1;collapsible=1;childLayout=tableLayout;fixedRows=1;rowLines=0;fontStyle=1;align=center;resizeLast=1;html=1;" value="Authors" vertex="1">
          <mxGeometry height="150" width="183" x="977" y="810" as="geometry" />
        </mxCell>
        <mxCell id="U5Qt--WTNPpsnNetS38m-133" parent="U5Qt--WTNPpsnNetS38m-132" style="shape=tableRow;horizontal=0;startSize=0;swimlaneHead=0;swimlaneBody=0;fillColor=none;collapsible=0;dropTarget=0;points=[[0,0.5],[1,0.5]];portConstraint=eastwest;top=0;left=0;right=0;bottom=1;" value="" vertex="1">
          <mxGeometry height="30" width="183" y="30" as="geometry" />
        </mxCell>
        <mxCell id="U5Qt--WTNPpsnNetS38m-134" parent="U5Qt--WTNPpsnNetS38m-133" style="shape=partialRectangle;connectable=0;fillColor=none;top=0;left=0;bottom=0;right=0;fontStyle=1;overflow=hidden;whiteSpace=wrap;html=1;" value="PK" vertex="1">
          <mxGeometry height="30" width="30" as="geometry">
            <mxRectangle height="30" width="30" as="alternateBounds" />
          </mxGeometry>
        </mxCell>
        <mxCell id="U5Qt--WTNPpsnNetS38m-135" parent="U5Qt--WTNPpsnNetS38m-133" style="shape=partialRectangle;connectable=0;fillColor=none;top=0;left=0;bottom=0;right=0;align=left;spacingLeft=6;fontStyle=5;overflow=hidden;whiteSpace=wrap;html=1;" value="UniqueID" vertex="1">
          <mxGeometry height="30" width="153" x="30" as="geometry">
            <mxRectangle height="30" width="153" as="alternateBounds" />
          </mxGeometry>
        </mxCell>
        <mxCell id="U5Qt--WTNPpsnNetS38m-136" parent="U5Qt--WTNPpsnNetS38m-132" style="shape=tableRow;horizontal=0;startSize=0;swimlaneHead=0;swimlaneBody=0;fillColor=none;collapsible=0;dropTarget=0;points=[[0,0.5],[1,0.5]];portConstraint=eastwest;top=0;left=0;right=0;bottom=0;" value="" vertex="1">
          <mxGeometry height="30" width="183" y="60" as="geometry" />
        </mxCell>
        <mxCell id="U5Qt--WTNPpsnNetS38m-137" parent="U5Qt--WTNPpsnNetS38m-136" style="shape=partialRectangle;connectable=0;fillColor=none;top=0;left=0;bottom=0;right=0;editable=1;overflow=hidden;whiteSpace=wrap;html=1;" value="" vertex="1">
          <mxGeometry height="30" width="30" as="geometry">
            <mxRectangle height="30" width="30" as="alternateBounds" />
          </mxGeometry>
        </mxCell>
        <mxCell id="U5Qt--WTNPpsnNetS38m-138" parent="U5Qt--WTNPpsnNetS38m-136" style="shape=partialRectangle;connectable=0;fillColor=none;top=0;left=0;bottom=0;right=0;align=left;spacingLeft=6;overflow=hidden;whiteSpace=wrap;html=1;" value="name" vertex="1">
          <mxGeometry height="30" width="153" x="30" as="geometry">
            <mxRectangle height="30" width="153" as="alternateBounds" />
          </mxGeometry>
        </mxCell>
        <mxCell id="U5Qt--WTNPpsnNetS38m-139" parent="U5Qt--WTNPpsnNetS38m-132" style="shape=tableRow;horizontal=0;startSize=0;swimlaneHead=0;swimlaneBody=0;fillColor=none;collapsible=0;dropTarget=0;points=[[0,0.5],[1,0.5]];portConstraint=eastwest;top=0;left=0;right=0;bottom=0;" value="" vertex="1">
          <mxGeometry height="30" width="183" y="90" as="geometry" />
        </mxCell>
        <mxCell id="U5Qt--WTNPpsnNetS38m-140" parent="U5Qt--WTNPpsnNetS38m-139" style="shape=partialRectangle;connectable=0;fillColor=none;top=0;left=0;bottom=0;right=0;editable=1;overflow=hidden;whiteSpace=wrap;html=1;" value="" vertex="1">
          <mxGeometry height="30" width="30" as="geometry">
            <mxRectangle height="30" width="30" as="alternateBounds" />
          </mxGeometry>
        </mxCell>
        <mxCell id="U5Qt--WTNPpsnNetS38m-141" parent="U5Qt--WTNPpsnNetS38m-139" style="shape=partialRectangle;connectable=0;fillColor=none;top=0;left=0;bottom=0;right=0;align=left;spacingLeft=6;overflow=hidden;whiteSpace=wrap;html=1;" value="surname" vertex="1">
          <mxGeometry height="30" width="153" x="30" as="geometry">
            <mxRectangle height="30" width="153" as="alternateBounds" />
          </mxGeometry>
        </mxCell>
        <mxCell id="U5Qt--WTNPpsnNetS38m-142" parent="U5Qt--WTNPpsnNetS38m-132" style="shape=tableRow;horizontal=0;startSize=0;swimlaneHead=0;swimlaneBody=0;fillColor=none;collapsible=0;dropTarget=0;points=[[0,0.5],[1,0.5]];portConstraint=eastwest;top=0;left=0;right=0;bottom=0;" value="" vertex="1">
          <mxGeometry height="30" width="183" y="120" as="geometry" />
        </mxCell>
        <mxCell id="U5Qt--WTNPpsnNetS38m-143" parent="U5Qt--WTNPpsnNetS38m-142" style="shape=partialRectangle;connectable=0;fillColor=none;top=0;left=0;bottom=0;right=0;editable=1;overflow=hidden;whiteSpace=wrap;html=1;" value="" vertex="1">
          <mxGeometry height="30" width="30" as="geometry">
            <mxRectangle height="30" width="30" as="alternateBounds" />
          </mxGeometry>
        </mxCell>
        <mxCell id="U5Qt--WTNPpsnNetS38m-144" parent="U5Qt--WTNPpsnNetS38m-142" style="shape=partialRectangle;connectable=0;fillColor=none;top=0;left=0;bottom=0;right=0;align=left;spacingLeft=6;overflow=hidden;whiteSpace=wrap;html=1;" value="bio" vertex="1">
          <mxGeometry height="30" width="153" x="30" as="geometry">
            <mxRectangle height="30" width="153" as="alternateBounds" />
          </mxGeometry>
        </mxCell>
        <mxCell id="U5Qt--WTNPpsnNetS38m-145" edge="1" parent="1" source="U5Qt--WTNPpsnNetS38m-122" style="edgeStyle=entityRelationEdgeStyle;fontSize=12;html=1;endArrow=ERone;endFill=1;rounded=0;" target="U5Qt--WTNPpsnNetS38m-97" value="">
          <mxGeometry height="100" relative="1" width="100" as="geometry">
            <mxPoint x="830" y="560" as="sourcePoint" />
            <mxPoint x="930" y="460" as="targetPoint" />
          </mxGeometry>
        </mxCell>
        <mxCell id="U5Qt--WTNPpsnNetS38m-146" parent="1" style="shape=table;startSize=30;container=1;collapsible=1;childLayout=tableLayout;fixedRows=1;rowLines=0;fontStyle=1;align=center;resizeLast=1;html=1;whiteSpace=wrap;" value="Courses_authors" vertex="1">
          <mxGeometry height="90" width="180" x="730" y="815" as="geometry" />
        </mxCell>
        <mxCell id="U5Qt--WTNPpsnNetS38m-147" parent="U5Qt--WTNPpsnNetS38m-146" style="shape=tableRow;horizontal=0;startSize=0;swimlaneHead=0;swimlaneBody=0;fillColor=none;collapsible=0;dropTarget=0;points=[[0,0.5],[1,0.5]];portConstraint=eastwest;top=0;left=0;right=0;bottom=0;html=1;" value="" vertex="1">
          <mxGeometry height="30" width="180" y="30" as="geometry" />
        </mxCell>
        <mxCell id="U5Qt--WTNPpsnNetS38m-148" parent="U5Qt--WTNPpsnNetS38m-147" style="shape=partialRectangle;connectable=0;fillColor=none;top=0;left=0;bottom=0;right=0;fontStyle=1;overflow=hidden;html=1;whiteSpace=wrap;" value="PK,FK1" vertex="1">
          <mxGeometry height="30" width="60" as="geometry">
            <mxRectangle height="30" width="60" as="alternateBounds" />
          </mxGeometry>
        </mxCell>
        <mxCell id="U5Qt--WTNPpsnNetS38m-149" parent="U5Qt--WTNPpsnNetS38m-147" style="shape=partialRectangle;connectable=0;fillColor=none;top=0;left=0;bottom=0;right=0;align=left;spacingLeft=6;fontStyle=5;overflow=hidden;html=1;whiteSpace=wrap;" value="courseId" vertex="1">
          <mxGeometry height="30" width="120" x="60" as="geometry">
            <mxRectangle height="30" width="120" as="alternateBounds" />
          </mxGeometry>
        </mxCell>
        <mxCell id="U5Qt--WTNPpsnNetS38m-150" parent="U5Qt--WTNPpsnNetS38m-146" style="shape=tableRow;horizontal=0;startSize=0;swimlaneHead=0;swimlaneBody=0;fillColor=none;collapsible=0;dropTarget=0;points=[[0,0.5],[1,0.5]];portConstraint=eastwest;top=0;left=0;right=0;bottom=1;html=1;" value="" vertex="1">
          <mxGeometry height="30" width="180" y="60" as="geometry" />
        </mxCell>
        <mxCell id="U5Qt--WTNPpsnNetS38m-151" parent="U5Qt--WTNPpsnNetS38m-150" style="shape=partialRectangle;connectable=0;fillColor=none;top=0;left=0;bottom=0;right=0;fontStyle=1;overflow=hidden;html=1;whiteSpace=wrap;" value="PK,FK2" vertex="1">
          <mxGeometry height="30" width="60" as="geometry">
            <mxRectangle height="30" width="60" as="alternateBounds" />
          </mxGeometry>
        </mxCell>
        <mxCell id="U5Qt--WTNPpsnNetS38m-152" parent="U5Qt--WTNPpsnNetS38m-150" style="shape=partialRectangle;connectable=0;fillColor=none;top=0;left=0;bottom=0;right=0;align=left;spacingLeft=6;fontStyle=5;overflow=hidden;html=1;whiteSpace=wrap;" value="authorId" vertex="1">
          <mxGeometry height="30" width="120" x="60" as="geometry">
            <mxRectangle height="30" width="120" as="alternateBounds" />
          </mxGeometry>
        </mxCell>
        <mxCell id="U5Qt--WTNPpsnNetS38m-153" edge="1" parent="1" style="edgeStyle=entityRelationEdgeStyle;fontSize=12;html=1;endArrow=ERmany;rounded=0;" value="">
          <mxGeometry height="100" relative="1" width="100" as="geometry">
            <mxPoint x="680" y="590" as="sourcePoint" />
            <mxPoint x="740" y="865" as="targetPoint" />
          </mxGeometry>
        </mxCell>
        <mxCell id="U5Qt--WTNPpsnNetS38m-154" edge="1" parent="1" source="U5Qt--WTNPpsnNetS38m-133" style="edgeStyle=entityRelationEdgeStyle;fontSize=12;html=1;endArrow=ERoneToMany;rounded=0;exitX=0;exitY=0.5;exitDx=0;exitDy=0;" target="U5Qt--WTNPpsnNetS38m-150" value="">
          <mxGeometry height="100" relative="1" width="100" as="geometry">
            <mxPoint x="940" y="730" as="sourcePoint" />
            <mxPoint x="840" y="770" as="targetPoint" />
          </mxGeometry>
        </mxCell>
        <mxCell id="U5Qt--WTNPpsnNetS38m-155" parent="1" style="shape=table;startSize=30;container=1;collapsible=1;childLayout=tableLayout;fixedRows=1;rowLines=0;fontStyle=1;align=center;resizeLast=1;html=1;" value="Social_networks" vertex="1">
          <mxGeometry height="150" width="180" x="1320" y="830" as="geometry" />
        </mxCell>
        <mxCell id="U5Qt--WTNPpsnNetS38m-156" parent="U5Qt--WTNPpsnNetS38m-155" style="shape=tableRow;horizontal=0;startSize=0;swimlaneHead=0;swimlaneBody=0;fillColor=none;collapsible=0;dropTarget=0;points=[[0,0.5],[1,0.5]];portConstraint=eastwest;top=0;left=0;right=0;bottom=1;" value="" vertex="1">
          <mxGeometry height="30" width="180" y="30" as="geometry" />
        </mxCell>
        <mxCell id="U5Qt--WTNPpsnNetS38m-157" parent="U5Qt--WTNPpsnNetS38m-156" style="shape=partialRectangle;connectable=0;fillColor=none;top=0;left=0;bottom=0;right=0;fontStyle=1;overflow=hidden;whiteSpace=wrap;html=1;" value="PK" vertex="1">
          <mxGeometry height="30" width="30" as="geometry">
            <mxRectangle height="30" width="30" as="alternateBounds" />
          </mxGeometry>
        </mxCell>
        <mxCell id="U5Qt--WTNPpsnNetS38m-158" parent="U5Qt--WTNPpsnNetS38m-156" style="shape=partialRectangle;connectable=0;fillColor=none;top=0;left=0;bottom=0;right=0;align=left;spacingLeft=6;fontStyle=5;overflow=hidden;whiteSpace=wrap;html=1;" value="UniqueID" vertex="1">
          <mxGeometry height="30" width="150" x="30" as="geometry">
            <mxRectangle height="30" width="150" as="alternateBounds" />
          </mxGeometry>
        </mxCell>
        <mxCell id="U5Qt--WTNPpsnNetS38m-159" parent="U5Qt--WTNPpsnNetS38m-155" style="shape=tableRow;horizontal=0;startSize=0;swimlaneHead=0;swimlaneBody=0;fillColor=none;collapsible=0;dropTarget=0;points=[[0,0.5],[1,0.5]];portConstraint=eastwest;top=0;left=0;right=0;bottom=0;" value="" vertex="1">
          <mxGeometry height="30" width="180" y="60" as="geometry" />
        </mxCell>
        <mxCell id="U5Qt--WTNPpsnNetS38m-160" parent="U5Qt--WTNPpsnNetS38m-159" style="shape=partialRectangle;connectable=0;fillColor=none;top=0;left=0;bottom=0;right=0;editable=1;overflow=hidden;whiteSpace=wrap;html=1;" value="" vertex="1">
          <mxGeometry height="30" width="30" as="geometry">
            <mxRectangle height="30" width="30" as="alternateBounds" />
          </mxGeometry>
        </mxCell>
        <mxCell id="U5Qt--WTNPpsnNetS38m-161" parent="U5Qt--WTNPpsnNetS38m-159" style="shape=partialRectangle;connectable=0;fillColor=none;top=0;left=0;bottom=0;right=0;align=left;spacingLeft=6;overflow=hidden;whiteSpace=wrap;html=1;" value="platform" vertex="1">
          <mxGeometry height="30" width="150" x="30" as="geometry">
            <mxRectangle height="30" width="150" as="alternateBounds" />
          </mxGeometry>
        </mxCell>
        <mxCell id="U5Qt--WTNPpsnNetS38m-162" parent="U5Qt--WTNPpsnNetS38m-155" style="shape=tableRow;horizontal=0;startSize=0;swimlaneHead=0;swimlaneBody=0;fillColor=none;collapsible=0;dropTarget=0;points=[[0,0.5],[1,0.5]];portConstraint=eastwest;top=0;left=0;right=0;bottom=0;" value="" vertex="1">
          <mxGeometry height="30" width="180" y="90" as="geometry" />
        </mxCell>
        <mxCell id="U5Qt--WTNPpsnNetS38m-163" parent="U5Qt--WTNPpsnNetS38m-162" style="shape=partialRectangle;connectable=0;fillColor=none;top=0;left=0;bottom=0;right=0;editable=1;overflow=hidden;whiteSpace=wrap;html=1;" value="" vertex="1">
          <mxGeometry height="30" width="30" as="geometry">
            <mxRectangle height="30" width="30" as="alternateBounds" />
          </mxGeometry>
        </mxCell>
        <mxCell id="U5Qt--WTNPpsnNetS38m-164" parent="U5Qt--WTNPpsnNetS38m-162" style="shape=partialRectangle;connectable=0;fillColor=none;top=0;left=0;bottom=0;right=0;align=left;spacingLeft=6;overflow=hidden;whiteSpace=wrap;html=1;" value="url" vertex="1">
          <mxGeometry height="30" width="150" x="30" as="geometry">
            <mxRectangle height="30" width="150" as="alternateBounds" />
          </mxGeometry>
        </mxCell>
        <mxCell id="U5Qt--WTNPpsnNetS38m-165" parent="U5Qt--WTNPpsnNetS38m-155" style="shape=tableRow;horizontal=0;startSize=0;swimlaneHead=0;swimlaneBody=0;fillColor=none;collapsible=0;dropTarget=0;points=[[0,0.5],[1,0.5]];portConstraint=eastwest;top=0;left=0;right=0;bottom=0;" value="" vertex="1">
          <mxGeometry height="30" width="180" y="120" as="geometry" />
        </mxCell>
        <mxCell id="U5Qt--WTNPpsnNetS38m-166" parent="U5Qt--WTNPpsnNetS38m-165" style="shape=partialRectangle;connectable=0;fillColor=none;top=0;left=0;bottom=0;right=0;editable=1;overflow=hidden;whiteSpace=wrap;html=1;" value="FK" vertex="1">
          <mxGeometry height="30" width="30" as="geometry">
            <mxRectangle height="30" width="30" as="alternateBounds" />
          </mxGeometry>
        </mxCell>
        <mxCell id="U5Qt--WTNPpsnNetS38m-167" parent="U5Qt--WTNPpsnNetS38m-165" style="shape=partialRectangle;connectable=0;fillColor=none;top=0;left=0;bottom=0;right=0;align=left;spacingLeft=6;overflow=hidden;whiteSpace=wrap;html=1;" value="authorId" vertex="1">
          <mxGeometry height="30" width="150" x="30" as="geometry">
            <mxRectangle height="30" width="150" as="alternateBounds" />
          </mxGeometry>
        </mxCell>
        <mxCell id="U5Qt--WTNPpsnNetS38m-168" edge="1" parent="1" source="U5Qt--WTNPpsnNetS38m-133" style="edgeStyle=entityRelationEdgeStyle;fontSize=12;html=1;endArrow=ERzeroToMany;startArrow=ERmandOne;rounded=0;" target="U5Qt--WTNPpsnNetS38m-165" value="">
          <mxGeometry height="100" relative="1" width="100" as="geometry">
            <mxPoint x="860" y="690" as="sourcePoint" />
            <mxPoint x="960" y="590" as="targetPoint" />
          </mxGeometry>
        </mxCell>
        <mxCell id="U5Qt--WTNPpsnNetS38m-187" edge="1" parent="1" source="U5Qt--WTNPpsnNetS38m-133" style="edgeStyle=entityRelationEdgeStyle;fontSize=12;html=1;endArrow=ERmany;rounded=0;" target="U5Qt--WTNPpsnNetS38m-125" value="">
          <mxGeometry height="100" relative="1" width="100" as="geometry">
            <mxPoint x="1157" y="798.3299999999999" as="sourcePoint" />
            <mxPoint x="1106.08" y="740" as="targetPoint" />
          </mxGeometry>
        </mxCell>
        <mxCell id="U5Qt--WTNPpsnNetS38m-188" parent="1" style="shape=table;startSize=30;container=1;collapsible=1;childLayout=tableLayout;fixedRows=1;rowLines=0;fontStyle=1;align=center;resizeLast=1;html=1;" value="Articles" vertex="1">
          <mxGeometry height="240" width="180" x="1230" y="540" as="geometry" />
        </mxCell>
        <mxCell id="U5Qt--WTNPpsnNetS38m-189" parent="U5Qt--WTNPpsnNetS38m-188" style="shape=tableRow;horizontal=0;startSize=0;swimlaneHead=0;swimlaneBody=0;fillColor=none;collapsible=0;dropTarget=0;points=[[0,0.5],[1,0.5]];portConstraint=eastwest;top=0;left=0;right=0;bottom=1;" value="" vertex="1">
          <mxGeometry height="30" width="180" y="30" as="geometry" />
        </mxCell>
        <mxCell id="U5Qt--WTNPpsnNetS38m-190" parent="U5Qt--WTNPpsnNetS38m-189" style="shape=partialRectangle;connectable=0;fillColor=none;top=0;left=0;bottom=0;right=0;fontStyle=1;overflow=hidden;whiteSpace=wrap;html=1;" value="PK" vertex="1">
          <mxGeometry height="30" width="30" as="geometry">
            <mxRectangle height="30" width="30" as="alternateBounds" />
          </mxGeometry>
        </mxCell>
        <mxCell id="U5Qt--WTNPpsnNetS38m-191" parent="U5Qt--WTNPpsnNetS38m-189" style="shape=partialRectangle;connectable=0;fillColor=none;top=0;left=0;bottom=0;right=0;align=left;spacingLeft=6;fontStyle=5;overflow=hidden;whiteSpace=wrap;html=1;" value="UniqueID" vertex="1">
          <mxGeometry height="30" width="150" x="30" as="geometry">
            <mxRectangle height="30" width="150" as="alternateBounds" />
          </mxGeometry>
        </mxCell>
        <mxCell id="U5Qt--WTNPpsnNetS38m-192" parent="U5Qt--WTNPpsnNetS38m-188" style="shape=tableRow;horizontal=0;startSize=0;swimlaneHead=0;swimlaneBody=0;fillColor=none;collapsible=0;dropTarget=0;points=[[0,0.5],[1,0.5]];portConstraint=eastwest;top=0;left=0;right=0;bottom=0;" value="" vertex="1">
          <mxGeometry height="30" width="180" y="60" as="geometry" />
        </mxCell>
        <mxCell id="U5Qt--WTNPpsnNetS38m-193" parent="U5Qt--WTNPpsnNetS38m-192" style="shape=partialRectangle;connectable=0;fillColor=none;top=0;left=0;bottom=0;right=0;editable=1;overflow=hidden;whiteSpace=wrap;html=1;" value="" vertex="1">
          <mxGeometry height="30" width="30" as="geometry">
            <mxRectangle height="30" width="30" as="alternateBounds" />
          </mxGeometry>
        </mxCell>
        <mxCell id="U5Qt--WTNPpsnNetS38m-194" parent="U5Qt--WTNPpsnNetS38m-192" style="shape=partialRectangle;connectable=0;fillColor=none;top=0;left=0;bottom=0;right=0;align=left;spacingLeft=6;overflow=hidden;whiteSpace=wrap;html=1;" value="name" vertex="1">
          <mxGeometry height="30" width="150" x="30" as="geometry">
            <mxRectangle height="30" width="150" as="alternateBounds" />
          </mxGeometry>
        </mxCell>
        <mxCell id="U5Qt--WTNPpsnNetS38m-198" parent="U5Qt--WTNPpsnNetS38m-188" style="shape=tableRow;horizontal=0;startSize=0;swimlaneHead=0;swimlaneBody=0;fillColor=none;collapsible=0;dropTarget=0;points=[[0,0.5],[1,0.5]];portConstraint=eastwest;top=0;left=0;right=0;bottom=0;" value="" vertex="1">
          <mxGeometry height="30" width="180" y="90" as="geometry" />
        </mxCell>
        <mxCell id="U5Qt--WTNPpsnNetS38m-199" parent="U5Qt--WTNPpsnNetS38m-198" style="shape=partialRectangle;connectable=0;fillColor=none;top=0;left=0;bottom=0;right=0;editable=1;overflow=hidden;whiteSpace=wrap;html=1;" value="FK" vertex="1">
          <mxGeometry height="30" width="30" as="geometry">
            <mxRectangle height="30" width="30" as="alternateBounds" />
          </mxGeometry>
        </mxCell>
        <mxCell id="U5Qt--WTNPpsnNetS38m-200" parent="U5Qt--WTNPpsnNetS38m-198" style="shape=partialRectangle;connectable=0;fillColor=none;top=0;left=0;bottom=0;right=0;align=left;spacingLeft=6;overflow=hidden;whiteSpace=wrap;html=1;" value="courseId" vertex="1">
          <mxGeometry height="30" width="150" x="30" as="geometry">
            <mxRectangle height="30" width="150" as="alternateBounds" />
          </mxGeometry>
        </mxCell>
        <mxCell id="U5Qt--WTNPpsnNetS38m-201" parent="U5Qt--WTNPpsnNetS38m-188" style="shape=tableRow;horizontal=0;startSize=0;swimlaneHead=0;swimlaneBody=0;fillColor=none;collapsible=0;dropTarget=0;points=[[0,0.5],[1,0.5]];portConstraint=eastwest;top=0;left=0;right=0;bottom=0;" value="" vertex="1">
          <mxGeometry height="30" width="180" y="120" as="geometry" />
        </mxCell>
        <mxCell id="U5Qt--WTNPpsnNetS38m-202" parent="U5Qt--WTNPpsnNetS38m-201" style="shape=partialRectangle;connectable=0;fillColor=none;top=0;left=0;bottom=0;right=0;editable=1;overflow=hidden;whiteSpace=wrap;html=1;" value="FK" vertex="1">
          <mxGeometry height="30" width="30" as="geometry">
            <mxRectangle height="30" width="30" as="alternateBounds" />
          </mxGeometry>
        </mxCell>
        <mxCell id="U5Qt--WTNPpsnNetS38m-203" parent="U5Qt--WTNPpsnNetS38m-201" style="shape=partialRectangle;connectable=0;fillColor=none;top=0;left=0;bottom=0;right=0;align=left;spacingLeft=6;overflow=hidden;whiteSpace=wrap;html=1;" value="categorieId" vertex="1">
          <mxGeometry height="30" width="150" x="30" as="geometry">
            <mxRectangle height="30" width="150" as="alternateBounds" />
          </mxGeometry>
        </mxCell>
        <mxCell id="U5Qt--WTNPpsnNetS38m-204" parent="U5Qt--WTNPpsnNetS38m-188" style="shape=tableRow;horizontal=0;startSize=0;swimlaneHead=0;swimlaneBody=0;fillColor=none;collapsible=0;dropTarget=0;points=[[0,0.5],[1,0.5]];portConstraint=eastwest;top=0;left=0;right=0;bottom=0;" value="" vertex="1">
          <mxGeometry height="30" width="180" y="150" as="geometry" />
        </mxCell>
        <mxCell id="U5Qt--WTNPpsnNetS38m-205" parent="U5Qt--WTNPpsnNetS38m-204" style="shape=partialRectangle;connectable=0;fillColor=none;top=0;left=0;bottom=0;right=0;editable=1;overflow=hidden;whiteSpace=wrap;html=1;" value="FK" vertex="1">
          <mxGeometry height="30" width="30" as="geometry">
            <mxRectangle height="30" width="30" as="alternateBounds" />
          </mxGeometry>
        </mxCell>
        <mxCell id="U5Qt--WTNPpsnNetS38m-206" parent="U5Qt--WTNPpsnNetS38m-204" style="shape=partialRectangle;connectable=0;fillColor=none;top=0;left=0;bottom=0;right=0;align=left;spacingLeft=6;overflow=hidden;whiteSpace=wrap;html=1;" value="authorId" vertex="1">
          <mxGeometry height="30" width="150" x="30" as="geometry">
            <mxRectangle height="30" width="150" as="alternateBounds" />
          </mxGeometry>
        </mxCell>
        <mxCell id="U5Qt--WTNPpsnNetS38m-207" parent="U5Qt--WTNPpsnNetS38m-188" style="shape=tableRow;horizontal=0;startSize=0;swimlaneHead=0;swimlaneBody=0;fillColor=none;collapsible=0;dropTarget=0;points=[[0,0.5],[1,0.5]];portConstraint=eastwest;top=0;left=0;right=0;bottom=0;" value="" vertex="1">
          <mxGeometry height="30" width="180" y="180" as="geometry" />
        </mxCell>
        <mxCell id="U5Qt--WTNPpsnNetS38m-208" parent="U5Qt--WTNPpsnNetS38m-207" style="shape=partialRectangle;connectable=0;fillColor=none;top=0;left=0;bottom=0;right=0;editable=1;overflow=hidden;whiteSpace=wrap;html=1;" value="" vertex="1">
          <mxGeometry height="30" width="30" as="geometry">
            <mxRectangle height="30" width="30" as="alternateBounds" />
          </mxGeometry>
        </mxCell>
        <mxCell id="U5Qt--WTNPpsnNetS38m-209" parent="U5Qt--WTNPpsnNetS38m-207" style="shape=partialRectangle;connectable=0;fillColor=none;top=0;left=0;bottom=0;right=0;align=left;spacingLeft=6;overflow=hidden;whiteSpace=wrap;html=1;" value="cmsId" vertex="1">
          <mxGeometry height="30" width="150" x="30" as="geometry">
            <mxRectangle height="30" width="150" as="alternateBounds" />
          </mxGeometry>
        </mxCell>
        <mxCell id="b2AGbYDjG4YF9pKWFQPY-10" parent="U5Qt--WTNPpsnNetS38m-188" style="shape=tableRow;horizontal=0;startSize=0;swimlaneHead=0;swimlaneBody=0;fillColor=none;collapsible=0;dropTarget=0;points=[[0,0.5],[1,0.5]];portConstraint=eastwest;top=0;left=0;right=0;bottom=0;" value="" vertex="1">
          <mxGeometry height="30" width="180" y="210" as="geometry" />
        </mxCell>
        <mxCell id="b2AGbYDjG4YF9pKWFQPY-11" parent="b2AGbYDjG4YF9pKWFQPY-10" style="shape=partialRectangle;connectable=0;fillColor=none;top=0;left=0;bottom=0;right=0;editable=1;overflow=hidden;whiteSpace=wrap;html=1;" value="" vertex="1">
          <mxGeometry height="30" width="30" as="geometry">
            <mxRectangle height="30" width="30" as="alternateBounds" />
          </mxGeometry>
        </mxCell>
        <mxCell id="b2AGbYDjG4YF9pKWFQPY-12" parent="b2AGbYDjG4YF9pKWFQPY-10" style="shape=partialRectangle;connectable=0;fillColor=none;top=0;left=0;bottom=0;right=0;align=left;spacingLeft=6;overflow=hidden;whiteSpace=wrap;html=1;" value="s3Key" vertex="1">
          <mxGeometry height="30" width="150" x="30" as="geometry">
            <mxRectangle height="30" width="150" as="alternateBounds" />
          </mxGeometry>
        </mxCell>
        <mxCell id="U5Qt--WTNPpsnNetS38m-210" edge="1" parent="1" source="U5Qt--WTNPpsnNetS38m-52" style="edgeStyle=entityRelationEdgeStyle;fontSize=12;html=1;endArrow=ERmany;rounded=0;exitX=0.994;exitY=0.267;exitDx=0;exitDy=0;exitPerimeter=0;entryX=0;entryY=0.5;entryDx=0;entryDy=0;" target="U5Qt--WTNPpsnNetS38m-198" value="">
          <mxGeometry height="100" relative="1" width="100" as="geometry">
            <mxPoint x="1080" y="740" as="sourcePoint" />
            <mxPoint x="1180" y="640" as="targetPoint" />
          </mxGeometry>
        </mxCell>
        <mxCell id="U5Qt--WTNPpsnNetS38m-211" edge="1" parent="1" style="edgeStyle=entityRelationEdgeStyle;fontSize=12;html=1;endArrow=ERmany;rounded=0;" target="U5Qt--WTNPpsnNetS38m-204" value="">
          <mxGeometry height="100" relative="1" width="100" as="geometry">
            <mxPoint x="1160" y="850" as="sourcePoint" />
            <mxPoint x="1240" y="750.0000000000002" as="targetPoint" />
          </mxGeometry>
        </mxCell>
        <mxCell id="U5Qt--WTNPpsnNetS38m-212" edge="1" parent="1" source="U5Qt--WTNPpsnNetS38m-201" style="edgeStyle=entityRelationEdgeStyle;fontSize=12;html=1;endArrow=ERone;endFill=1;rounded=0;" target="U5Qt--WTNPpsnNetS38m-97" value="">
          <mxGeometry height="100" relative="1" width="100" as="geometry">
            <mxPoint x="1070" y="610" as="sourcePoint" />
            <mxPoint x="1170" y="510" as="targetPoint" />
          </mxGeometry>
        </mxCell>
      </root>
    </mxGraphModel>
  </diagram>
</mxfile>
